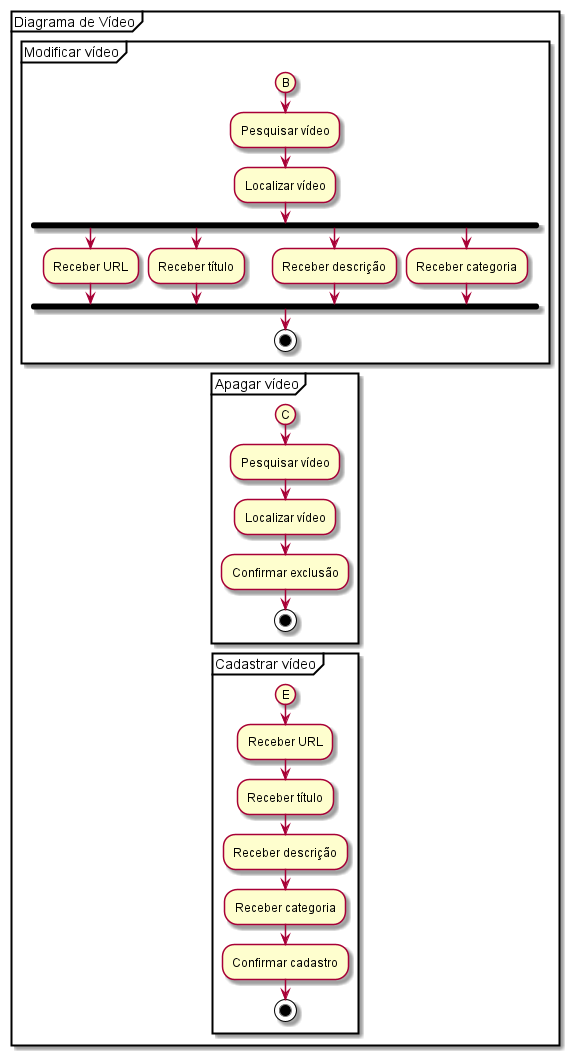
MurylloEx/DevFlix-PSW keeps this PlantUML diagram as Artefatos/Diagramas/Atividades/Diagrama_Atv_Video_Devflix.png. Above is the earlier version. Its diagram source:
```plantuml
@startuml

partition "Diagrama de Vídeo" {
    partition "Modificar vídeo" {
        (B)
        :Pesquisar vídeo;
        :Localizar vídeo;
        fork
        :Receber URL;
        fork again
        :Receber título;
        fork again
        :Receber descrição;
        fork again
        :Receber categoria;
        end fork
        stop
    }
    partition "Apagar vídeo" {
        (C)
        :Pesquisar vídeo;
        :Localizar vídeo;
        :Confirmar exclusão;
        stop
    }

    partition "Cadastrar vídeo" {
        (E)
        :Receber URL;
        :Receber título;
        :Receber descrição;
        :Receber categoria;
        :Confirmar cadastro;
        stop
    }
}
@enduml
```
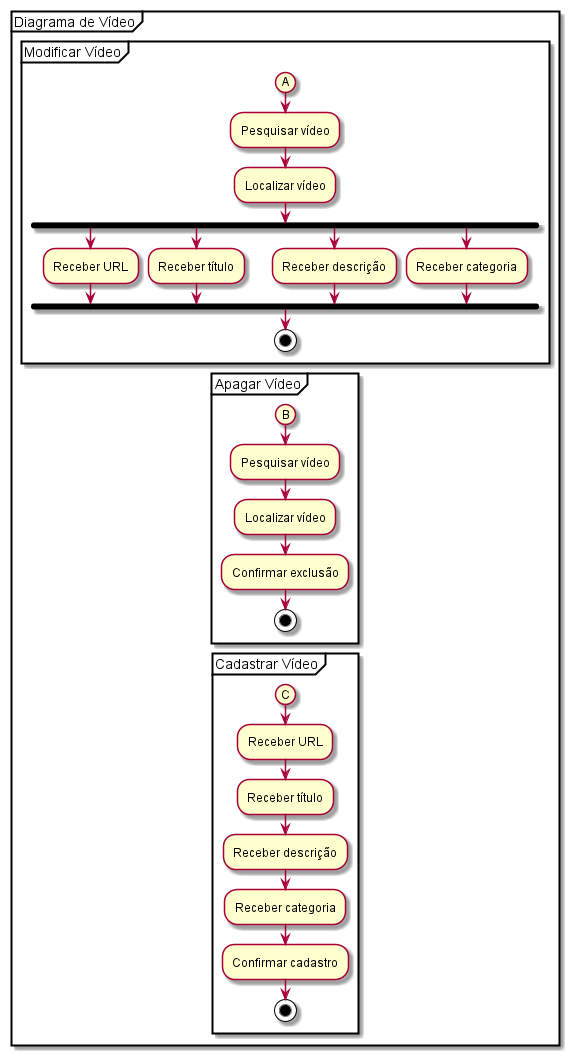
The same file after the commit.

The edit, as a diff of the source:
```diff
@@ -1,8 +1,8 @@
-@startuml
+@startuml ActivityDiagramVideo
 
 partition "Diagrama de Vídeo" {
-    partition "Modificar vídeo" {
-        (B)
+    partition "Modificar Vídeo" {
+        (A)
         :Pesquisar vídeo;
         :Localizar vídeo;
         fork
@@ -16,16 +16,16 @@
         end fork
         stop
     }
-    partition "Apagar vídeo" {
-        (C)
+    partition "Apagar Vídeo" {
+        (B)
         :Pesquisar vídeo;
         :Localizar vídeo;
         :Confirmar exclusão;
         stop
     }
 
-    partition "Cadastrar vídeo" {
-        (E)
+    partition "Cadastrar Vídeo" {
+        (C)
         :Receber URL;
         :Receber título;
         :Receber descrição;
```
